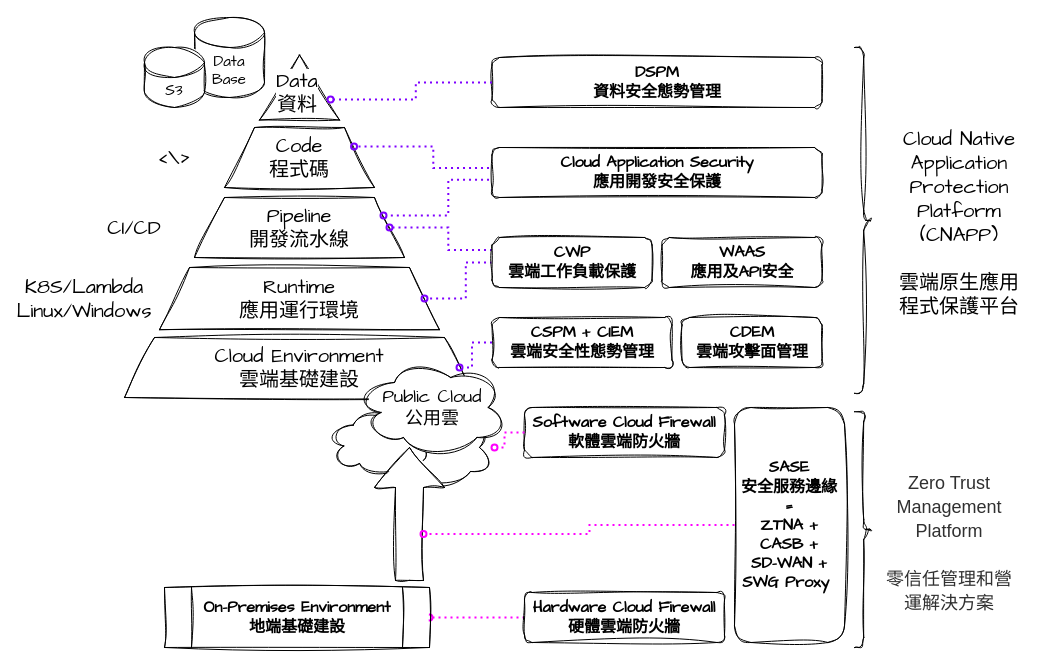
The draw.io diagram page "Pyramid 中文" (2 of 10) of Prisma Cloud - Features.drawio in billhoph/whiteboards, before the edit. Source tidied: cells renumbered, new cells numbered last; positions are measured from the earlier drawing's top-left corner, leaving out a move shared by most shapes. Both pictures are drawn from the tidied source at 100%, with x=0, y=0 at pixel (54, 17). Pictures stored in the file or linked from it are replaced by grey dashed boxes.
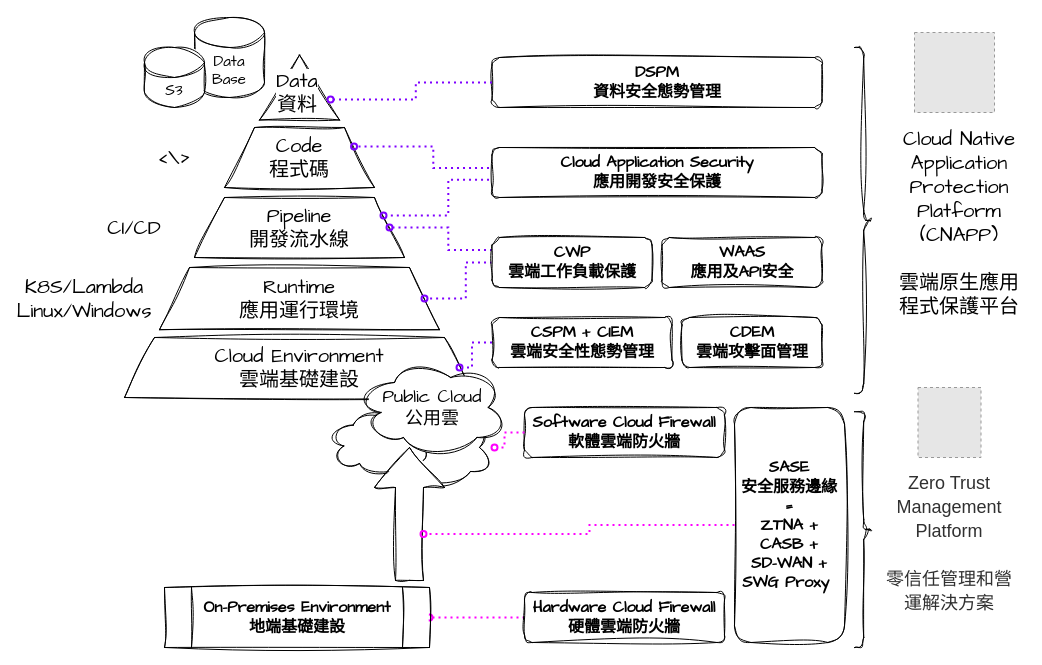
After the change.

Diff of the diagram source:
```diff
@@
+    <mxCell id="40" style="fillColor=#E6E6E6;strokeColor=#999999;dashed=1;verticalLabelPosition=bottom;verticalAlign=top;fontFamily=Architects Daughter;fontSize=11;fontColor=default;labelBackgroundColor=default;" parent="1" vertex="1">
+      <mxGeometry x="860" y="15" width="80" height="80" as="geometry" />
+    </mxCell>
+    <mxCell id="41" style="fillColor=#E6E6E6;strokeColor=#999999;dashed=1;verticalLabelPosition=bottom;labelBackgroundColor=default;verticalAlign=top;" parent="1" vertex="1">
+      <mxGeometry x="863.5" y="370" width="63" height="70" as="geometry" />
+    </mxCell>
```
